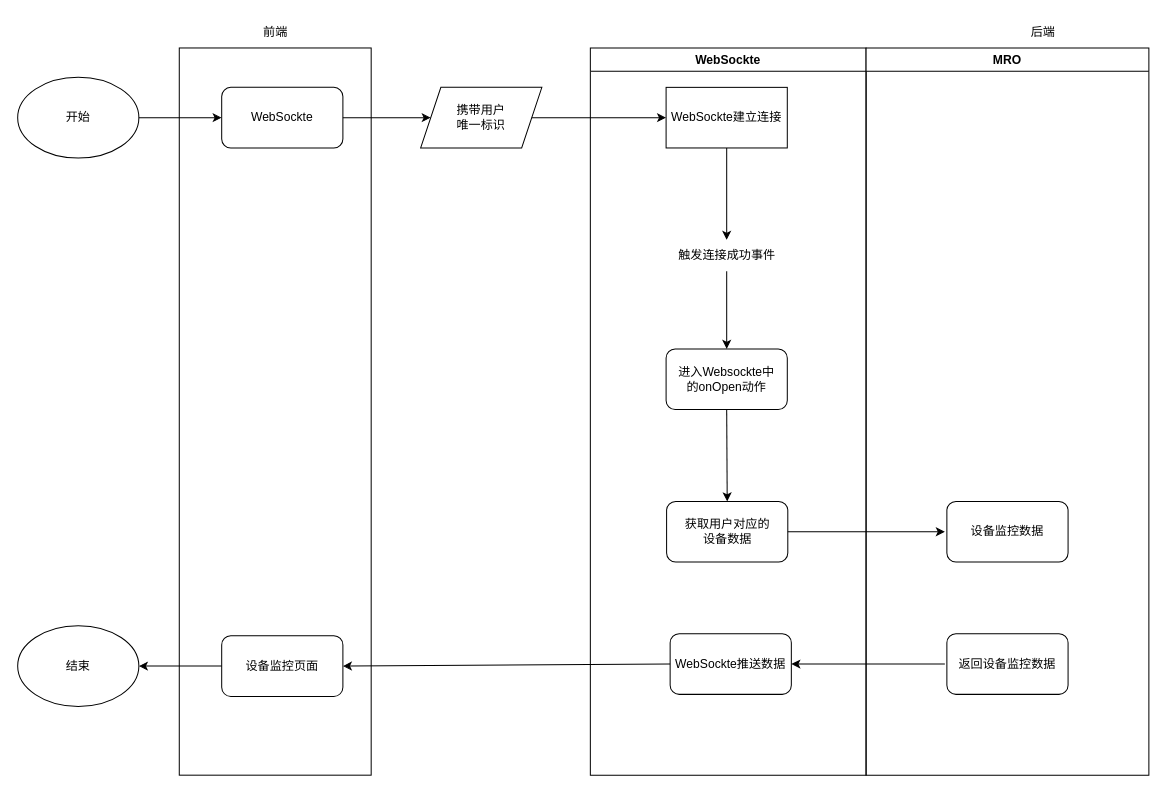
Earlier version of the draw.io diagram page "第 2 页" (2 of 2) of 设备监控流程.drawio (KNAI-I/test). Source tidied: cells renumbered, new cells numbered last; positions are measured from the earlier drawing's top-left corner, leaving out a move shared by most shapes. Both pictures are drawn from the tidied source at 101%, with x=0, y=0 at pixel (17, 17).
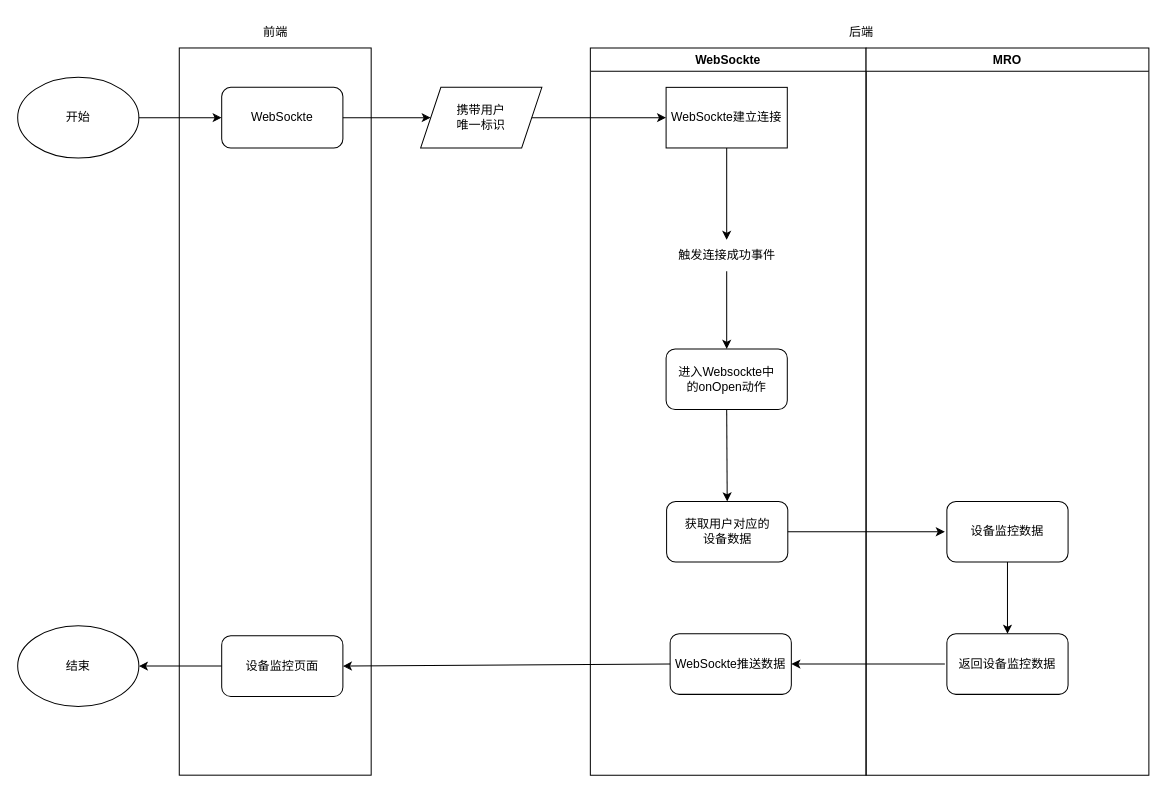
After the change.

Commit message:
更新设备监控流程.drawio

The change refers to these unchanged cells:
```xml
<mxCell id="22" value="MRO" style="swimlane;" parent="1" vertex="1">
  <mxGeometry x="840" y="30" width="280" height="720" as="geometry" />
</mxCell>
<mxCell id="23" value="设备监控数据" style="rounded=1;whiteSpace=wrap;html=1;" parent="22" vertex="1">
  <mxGeometry x="80" y="449" width="120" height="60" as="geometry" />
</mxCell>
<mxCell id="24" value="返回设备监控数据" style="rounded=1;whiteSpace=wrap;html=1;" parent="22" vertex="1">
  <mxGeometry x="80" y="580" width="120" height="60" as="geometry" />
</mxCell>
```

Diff of the diagram source:
```diff
@@
     <mxCell id="4" value="后端" style="text;html=1;align=center;verticalAlign=middle;strokeColor=none;fillColor=none;" parent="1" vertex="1">
-      <mxGeometry x="990" width="50" height="30" as="geometry" />
+      <mxGeometry x="810" width="50" height="30" as="geometry" />
     </mxCell>
@@
+    <mxCell id="29" style="endArrow=classic;html=1;rounded=0;entryX=0.5;entryY=0;entryDx=0;entryDy=0;exitX=0.5;exitY=1;exitDx=0;exitDy=0;" parent="22" edge="1" source="23" target="24">
+      <mxGeometry relative="1" as="geometry" />
+    </mxCell>
```
